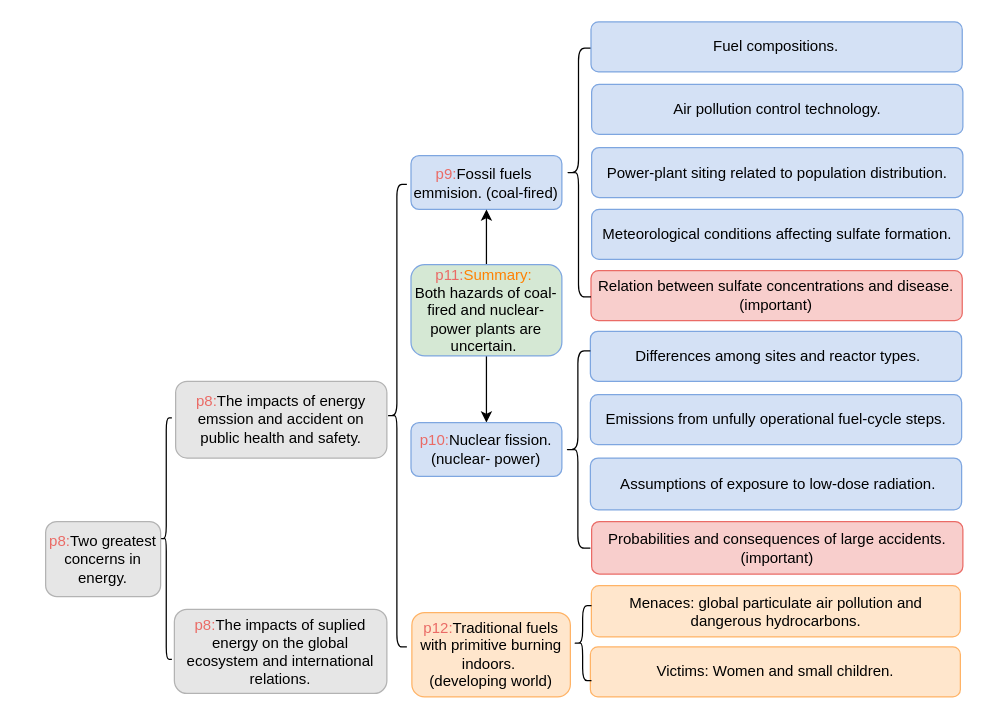
Before: mindmap.drawio in limengzhu3211/draw, a draw.io diagram. Source tidied: cells renumbered, new cells numbered last; positions are measured from the earlier drawing's top-left corner, leaving out a move shared by most shapes. Both pictures are drawn from the tidied source at 125%, with x=0, y=0 at pixel (45, 21).
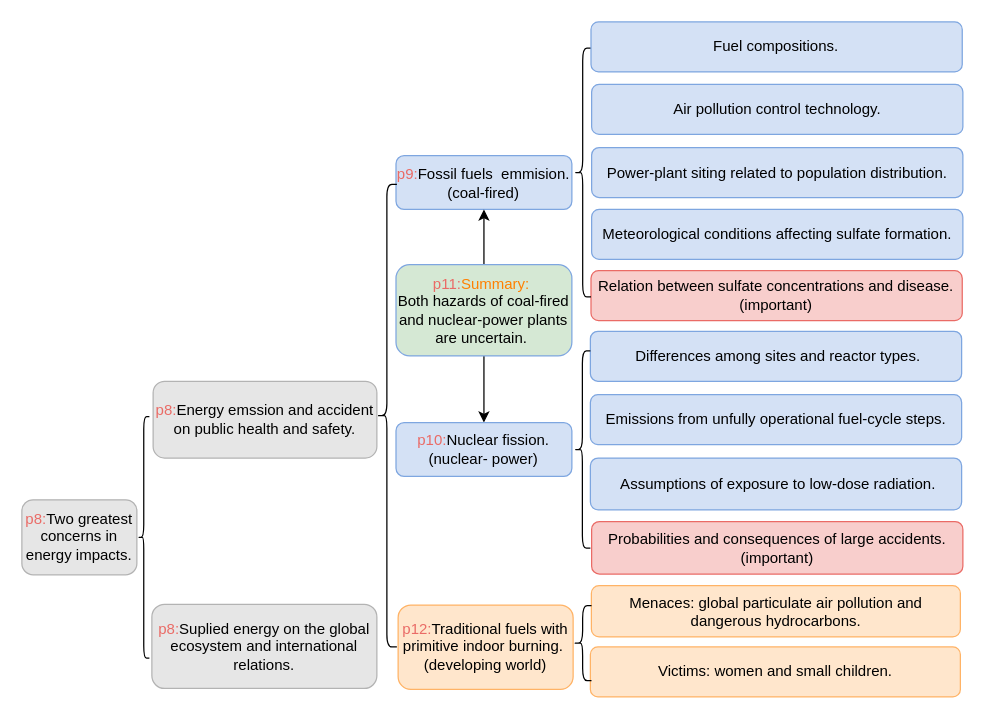
After the change.

What changed in the source:
```diff
@@
-    <mxCell id="2" value="&lt;font color=&quot;#ea6b66&quot;&gt;p8:&lt;/font&gt;Two greatest concerns in energy." style="rounded=1;whiteSpace=wrap;html=1;fillColor=#E6E6E6;strokeColor=#B3B3B3;" parent="1" vertex="1">
-      <mxGeometry y="399.7" width="92" height="60" as="geometry" />
+    <mxCell id="2" value="&lt;font color=&quot;#ea6b66&quot;&gt;p8:&lt;/font&gt;Two greatest concerns in energy impacts." style="rounded=1;whiteSpace=wrap;html=1;fillColor=#E6E6E6;strokeColor=#B3B3B3;" parent="1" vertex="1">
+      <mxGeometry x="-19" y="382.3" width="92" height="60" as="geometry" />
     </mxCell>
     <mxCell id="3" style="shape=curlyBracket;whiteSpace=wrap;html=1;rounded=1;size=0.5;" parent="1" vertex="1">
-      <mxGeometry x="92" y="316.7" width="9" height="193.3" as="geometry" />
+      <mxGeometry x="74" y="315.7" width="9" height="193.3" as="geometry" />
     </mxCell>
-    <mxCell id="4" value="&lt;font color=&quot;#ea6b66&quot;&gt;p8:&lt;/font&gt;The impacts of suplied energy on the global ecosystem and international relations." style="rounded=1;whiteSpace=wrap;html=1;fillColor=#E6E6E6;strokeColor=#B3B3B3;" parent="1" vertex="1">
-      <mxGeometry x="103" y="470" width="170" height="67.2" as="geometry" />
+    <mxCell id="4" value="&lt;font color=&quot;#ea6b66&quot;&gt;p8:&lt;/font&gt;Suplied energy on the global ecosystem and international relations." style="rounded=1;whiteSpace=wrap;html=1;fillColor=#E6E6E6;strokeColor=#B3B3B3;" parent="1" vertex="1">
+      <mxGeometry x="85" y="466" width="180" height="67.2" as="geometry" />
     </mxCell>
-    <mxCell id="5" value="&lt;font color=&quot;#ea6b66&quot;&gt;p8:&lt;/font&gt;The impacts of energy emssion and accident on public health and safety." style="rounded=1;whiteSpace=wrap;html=1;fillColor=#E6E6E6;strokeColor=#B3B3B3;" parent="1" vertex="1">
-      <mxGeometry x="104" y="287.5" width="169" height="61.4" as="geometry" />
+    <mxCell id="5" value="&lt;font color=&quot;#ea6b66&quot;&gt;p8:&lt;/font&gt;Energy emssion and accident on public health and safety." style="rounded=1;whiteSpace=wrap;html=1;fillColor=#E6E6E6;strokeColor=#B3B3B3;" parent="1" vertex="1">
+      <mxGeometry x="86" y="287.5" width="179" height="61.4" as="geometry" />
     </mxCell>
@@
     <mxCell id="10" style="shape=curlyBracket;whiteSpace=wrap;html=1;rounded=1;size=0.5;" parent="1" vertex="1">
-      <mxGeometry x="416.3" y="21" width="20" height="199" as="geometry" />
+      <mxGeometry x="423" y="21" width="13.3" height="199" as="geometry" />
     </mxCell>
@@
     <mxCell id="15" style="shape=curlyBracket;whiteSpace=wrap;html=1;rounded=1;size=0.5;" parent="1" vertex="1">
-      <mxGeometry x="415.8" y="263.2" width="20" height="157.8" as="geometry" />
+      <mxGeometry x="423" y="263.2" width="12.8" height="157.8" as="geometry" />
     </mxCell>
-    <mxCell id="16" value="Victims: Women and small children." style="rounded=1;whiteSpace=wrap;html=1;fillColor=#FFE6CC;strokeColor=#FFB366;" parent="1" vertex="1">
+    <mxCell id="16" value="Victims: women and small children." style="rounded=1;whiteSpace=wrap;html=1;fillColor=#FFE6CC;strokeColor=#FFB366;" parent="1" vertex="1">
       <mxGeometry x="435.8" y="500" width="296" height="40" as="geometry" />
     </mxCell>
     <mxCell id="17" value="&lt;font color=&quot;#ea6b66&quot;&gt;p9:&lt;/font&gt;Fossil fuels&amp;nbsp; emmision. (coal-fired)" style="rounded=1;whiteSpace=wrap;html=1;fillColor=#D4E1F5;strokeColor=#7EA6E0;" parent="1" vertex="1">
-      <mxGeometry x="292.3" y="107" width="120.7" height="43" as="geometry" />
+      <mxGeometry x="280.3" y="107" width="140.7" height="43" as="geometry" />
     </mxCell>
     <mxCell id="18" style="shape=curlyBracket;whiteSpace=wrap;html=1;rounded=1;size=0.5;" parent="1" vertex="1">
-      <mxGeometry x="273" y="130" width="16" height="370" as="geometry" />
+      <mxGeometry x="265" y="130" width="16" height="370" as="geometry" />
     </mxCell>
@@
-    <mxCell id="22" value="&lt;font color=&quot;#ea6b66&quot;&gt;p12:&lt;/font&gt;Traditional fuels with primitive burning indoors.&amp;nbsp;&lt;br&gt;(developing world)" style="rounded=1;whiteSpace=wrap;html=1;fillColor=#FFE6CC;strokeColor=#FFB366;" parent="1" vertex="1">
-      <mxGeometry x="293" y="472.5" width="126.8" height="67.5" as="geometry" />
+    <mxCell id="22" value="&lt;font color=&quot;#ea6b66&quot;&gt;p12:&lt;/font&gt;Traditional fuels with primitive indoor burning.&amp;nbsp;&lt;br&gt;(developing world)" style="rounded=1;whiteSpace=wrap;html=1;fillColor=#FFE6CC;strokeColor=#FFB366;" parent="1" vertex="1">
+      <mxGeometry x="282" y="466.5" width="140" height="67.5" as="geometry" />
     </mxCell>
@@
     <mxCell id="25" value="&lt;span style=&quot;font-family: &amp;#34;helvetica&amp;#34;&quot;&gt;&lt;font color=&quot;#ea6b66&quot;&gt;p11:&lt;/font&gt;&lt;font color=&quot;#ff8000&quot;&gt;Summary:&lt;/font&gt;&amp;nbsp;&lt;br&gt;&lt;/span&gt;&lt;span style=&quot;font-family: &amp;#34;helvetica&amp;#34;&quot;&gt;Both&amp;nbsp;&lt;/span&gt;&lt;span style=&quot;font-family: &amp;#34;helvetica&amp;#34;&quot;&gt;hazards of coal-fired and nuclear-power plants are uncertain.&amp;nbsp;&lt;/span&gt;" style="rounded=1;whiteSpace=wrap;html=1;fillColor=#D5E8D4;strokeColor=#7EA6E0;" parent="1" vertex="1">
-      <mxGeometry x="292.3" y="194.2" width="120.7" height="73" as="geometry" />
+      <mxGeometry x="280.3" y="194.2" width="140.7" height="73" as="geometry" />
     </mxCell>
     <mxCell id="26" value="&lt;font color=&quot;#ea6b66&quot;&gt;p10:&lt;/font&gt;&lt;span&gt;Nuclear fission.&lt;/span&gt;&lt;br&gt;&lt;span&gt;(nuclear- power)&lt;/span&gt;" style="rounded=1;whiteSpace=wrap;html=1;fillColor=#D4E1F5;strokeColor=#7EA6E0;" parent="1" vertex="1">
-      <mxGeometry x="292.3" y="320.6" width="120.7" height="43" as="geometry" />
+      <mxGeometry x="280.3" y="320.6" width="140.7" height="43" as="geometry" />
     </mxCell>
```
